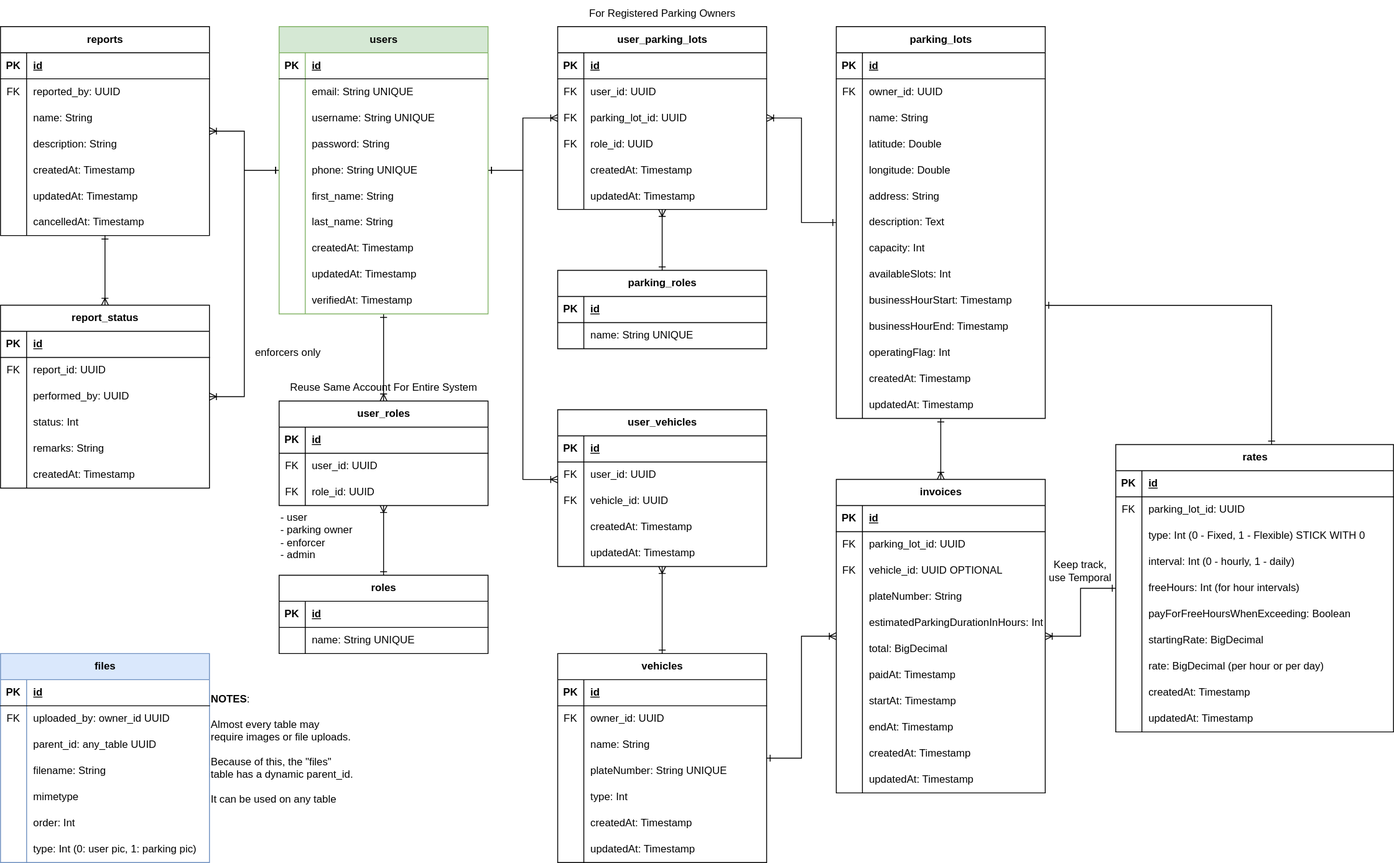
This is docs/erd.svg from chatchatabc/parking-backend-spring, a draw.io export, as it was before one commit. Source tidied: cells renumbered, new cells last; positions are measured from the earlier drawing's top-left corner, leaving out a move shared by most shapes.
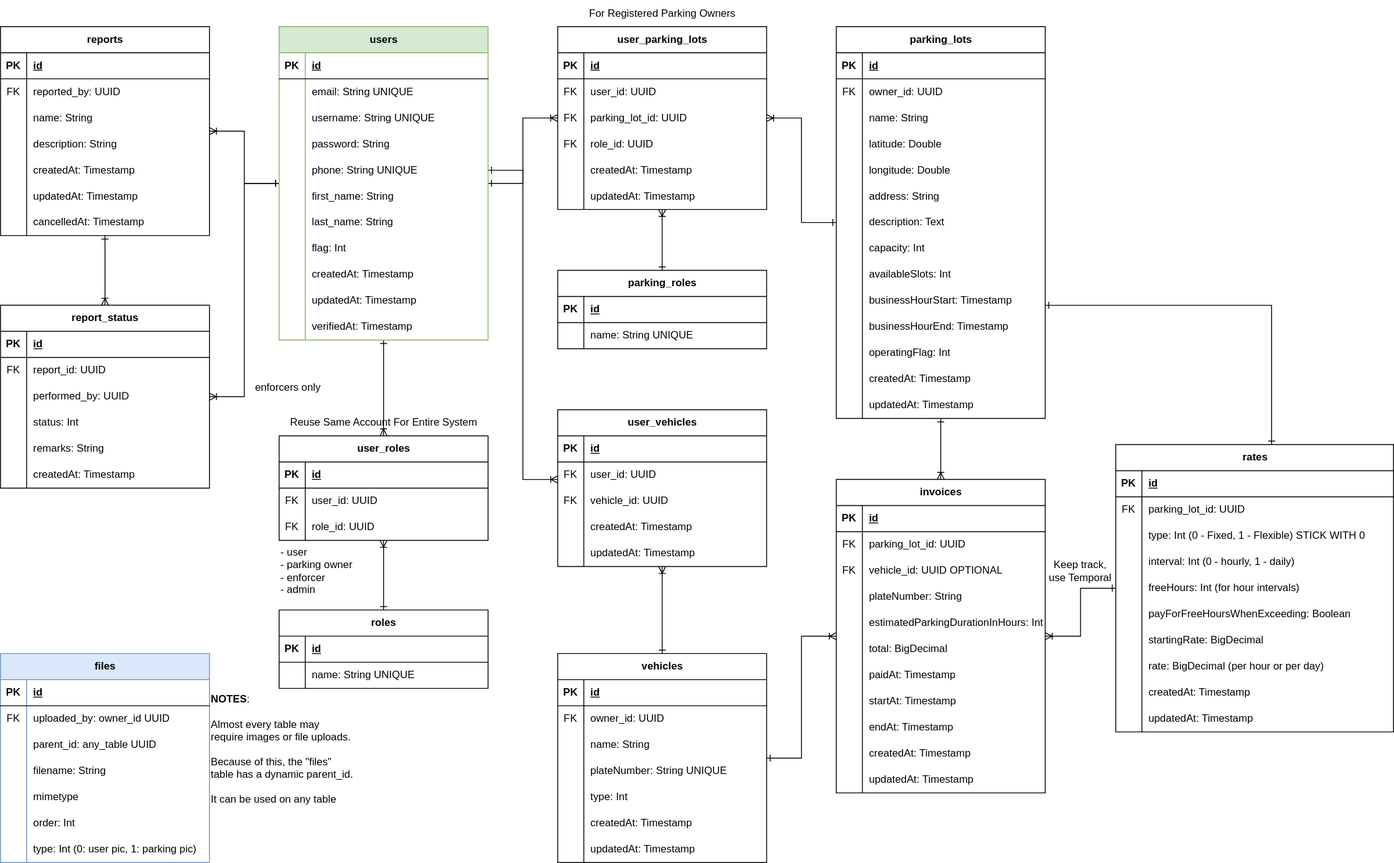
The same file after the commit.

Commit message:
docs: added flag to user erd

Diff of the diagram source:
```diff
@@ -356,7 +356,7 @@
       <mxGeometry relative="1" as="geometry" />
     </mxCell>
     <mxCell id="118" value="users" style="shape=table;startSize=30;rowLines=0;fontStyle=1;align=center;html=1;fillColor=#d5e8d4;strokeColor=#82b366;" parent="1" vertex="1">
-      <mxGeometry x="320" y="30" width="240" height="330" as="geometry" />
+      <mxGeometry x="320" y="30" width="240" height="360" as="geometry" />
     </mxCell>
     <mxCell id="119" style="shape=tableRow;horizontal=0;startSize=0;swimlaneHead=0;swimlaneBody=0;fillColor=none;top=0;left=0;right=0;bottom=1;" parent="118" vertex="1">
       <mxGeometry y="30" width="240" height="30" as="geometry" />
@@ -421,8 +421,17 @@
     <mxCell id="139" value="last_name: String" style="shape=partialRectangle;fillColor=none;top=0;left=0;bottom=0;right=0;align=left;spacingLeft=6;overflow=hidden;whiteSpace=wrap;html=1;" parent="137" vertex="1">
       <mxGeometry x="30" width="210" height="30" as="geometry" />
     </mxCell>
+    <mxCell id="305" style="shape=tableRow;horizontal=0;startSize=0;swimlaneHead=0;swimlaneBody=0;fillColor=none;top=0;left=0;right=0;bottom=0;" parent="118" vertex="1">
+      <mxGeometry y="240" width="240" height="30" as="geometry" />
+    </mxCell>
+    <mxCell id="306" style="shape=partialRectangle;fillColor=none;top=0;left=0;bottom=0;right=0;overflow=hidden;whiteSpace=wrap;html=1;" parent="305" vertex="1">
+      <mxGeometry width="30" height="30" as="geometry" />
+    </mxCell>
+    <mxCell id="307" value="flag: Int" style="shape=partialRectangle;fillColor=none;top=0;left=0;bottom=0;right=0;align=left;spacingLeft=6;overflow=hidden;whiteSpace=wrap;html=1;" parent="305" vertex="1">
+      <mxGeometry x="30" width="210" height="30" as="geometry" />
+    </mxCell>
     <mxCell id="140" style="shape=tableRow;horizontal=0;startSize=0;swimlaneHead=0;swimlaneBody=0;fillColor=none;top=0;left=0;right=0;bottom=0;" parent="118" vertex="1">
-      <mxGeometry y="240" width="240" height="30" as="geometry" />
+      <mxGeometry y="270" width="240" height="30" as="geometry" />
     </mxCell>
     <mxCell id="141" style="shape=partialRectangle;fillColor=none;top=0;left=0;bottom=0;right=0;overflow=hidden;whiteSpace=wrap;html=1;" parent="140" vertex="1">
       <mxGeometry width="30" height="30" as="geometry" />
@@ -431,7 +440,7 @@
       <mxGeometry x="30" width="210" height="30" as="geometry" />
     </mxCell>
     <mxCell id="143" style="shape=tableRow;horizontal=0;startSize=0;swimlaneHead=0;swimlaneBody=0;fillColor=none;top=0;left=0;right=0;bottom=0;" parent="118" vertex="1">
-      <mxGeometry y="270" width="240" height="30" as="geometry" />
+      <mxGeometry y="300" width="240" height="30" as="geometry" />
     </mxCell>
     <mxCell id="144" style="shape=partialRectangle;fillColor=none;top=0;left=0;bottom=0;right=0;overflow=hidden;whiteSpace=wrap;html=1;" parent="143" vertex="1">
       <mxGeometry width="30" height="30" as="geometry" />
@@ -440,7 +449,7 @@
       <mxGeometry x="30" width="210" height="30" as="geometry" />
     </mxCell>
     <mxCell id="146" style="shape=tableRow;horizontal=0;startSize=0;swimlaneHead=0;swimlaneBody=0;fillColor=none;top=0;left=0;right=0;bottom=0;" parent="118" vertex="1">
-      <mxGeometry y="300" width="240" height="30" as="geometry" />
+      <mxGeometry y="330" width="240" height="30" as="geometry" />
     </mxCell>
     <mxCell id="147" style="shape=partialRectangle;fillColor=none;top=0;left=0;bottom=0;right=0;overflow=hidden;whiteSpace=wrap;html=1;" parent="146" vertex="1">
       <mxGeometry width="30" height="30" as="geometry" />
@@ -774,7 +783,7 @@
       <mxGeometry relative="1" as="geometry" />
     </mxCell>
     <mxCell id="256" value="roles" style="shape=table;startSize=30;rowLines=0;fontStyle=1;align=center;html=1;" parent="1" vertex="1">
-      <mxGeometry x="320" y="660" width="240" height="90" as="geometry" />
+      <mxGeometry x="320" y="700" width="240" height="90" as="geometry" />
     </mxCell>
     <mxCell id="257" style="shape=tableRow;horizontal=0;startSize=0;swimlaneHead=0;swimlaneBody=0;fillColor=none;top=0;left=0;right=0;bottom=1;" parent="256" vertex="1">
       <mxGeometry y="30" width="240" height="30" as="geometry" />
@@ -795,7 +804,7 @@
       <mxGeometry x="30" width="210" height="30" as="geometry" />
     </mxCell>
     <mxCell id="263" value="user_roles" style="shape=table;startSize=30;rowLines=0;fontStyle=1;align=center;html=1;" parent="1" vertex="1">
-      <mxGeometry x="320" y="460" width="240" height="120" as="geometry" />
+      <mxGeometry x="320" y="500" width="240" height="120" as="geometry" />
     </mxCell>
     <mxCell id="264" style="shape=tableRow;horizontal=0;startSize=0;swimlaneHead=0;swimlaneBody=0;fillColor=none;top=0;left=0;right=0;bottom=1;" parent="263" vertex="1">
       <mxGeometry y="30" width="240" height="30" as="geometry" />
@@ -825,10 +834,10 @@
       <mxGeometry x="30" width="210" height="30" as="geometry" />
     </mxCell>
     <mxCell id="273" value="Reuse Same Account For Entire System" style="text;html=1;align=center;verticalAlign=middle;strokeColor=none;fillColor=none;" parent="1" vertex="1">
-      <mxGeometry x="320" y="430" width="240" height="30" as="geometry" />
+      <mxGeometry x="320" y="470" width="240" height="30" as="geometry" />
     </mxCell>
     <mxCell id="274" value="- user&lt;br&gt;- parking owner&lt;br&gt;- enforcer&lt;br&gt;- admin" style="text;html=1;align=left;verticalAlign=middle;strokeColor=none;fillColor=none;" parent="1" vertex="1">
-      <mxGeometry x="320" y="580" width="110" height="70" as="geometry" />
+      <mxGeometry x="320" y="620" width="110" height="70" as="geometry" />
     </mxCell>
     <mxCell id="275" value="report_status" style="shape=table;startSize=30;rowLines=0;fontStyle=1;align=center;html=1;" parent="1" vertex="1">
       <mxGeometry y="350" width="240" height="210" as="geometry" />
@@ -888,7 +897,7 @@
       <mxGeometry x="30" width="210" height="30" as="geometry" />
     </mxCell>
     <mxCell id="294" value="enforcers only" style="text;html=1;align=center;verticalAlign=middle;strokeColor=none;fillColor=none;" parent="1" vertex="1">
-      <mxGeometry x="280" y="390" width="100" height="30" as="geometry" />
+      <mxGeometry x="280" y="430" width="100" height="30" as="geometry" />
     </mxCell>
     <mxCell id="295" value="&lt;div style=&quot;&quot;&gt;&lt;span style=&quot;background-color: initial;&quot;&gt;&lt;b&gt;NOTES&lt;/b&gt;:&lt;/span&gt;&lt;/div&gt;&lt;div style=&quot;&quot;&gt;&lt;span style=&quot;background-color: initial;&quot;&gt;&lt;br&gt;&lt;/span&gt;&lt;/div&gt;&lt;div style=&quot;&quot;&gt;&lt;span style=&quot;background-color: initial;&quot;&gt;Almost every table may&amp;nbsp;&lt;/span&gt;&lt;/div&gt;&lt;div style=&quot;&quot;&gt;&lt;span style=&quot;background-color: initial;&quot;&gt;require images or file uploads.&lt;/span&gt;&lt;/div&gt;&lt;div style=&quot;&quot;&gt;&lt;span style=&quot;background-color: initial;&quot;&gt;&lt;br&gt;&lt;/span&gt;&lt;/div&gt;&lt;div style=&quot;&quot;&gt;&lt;span style=&quot;background-color: initial;&quot;&gt;Because of this, the &quot;files&quot;&amp;nbsp;&lt;/span&gt;&lt;/div&gt;&lt;div style=&quot;&quot;&gt;&lt;span style=&quot;background-color: initial;&quot;&gt;table has a dynamic parent_id.&lt;/span&gt;&lt;/div&gt;&lt;div style=&quot;&quot;&gt;&lt;br&gt;&lt;/div&gt;&lt;div style=&quot;&quot;&gt;It can be used on any table&lt;/div&gt;" style="text;html=1;align=left;verticalAlign=middle;strokeColor=none;fillColor=none;" parent="1" vertex="1">
       <mxGeometry x="240" y="790" width="190" height="140" as="geometry" />
```
